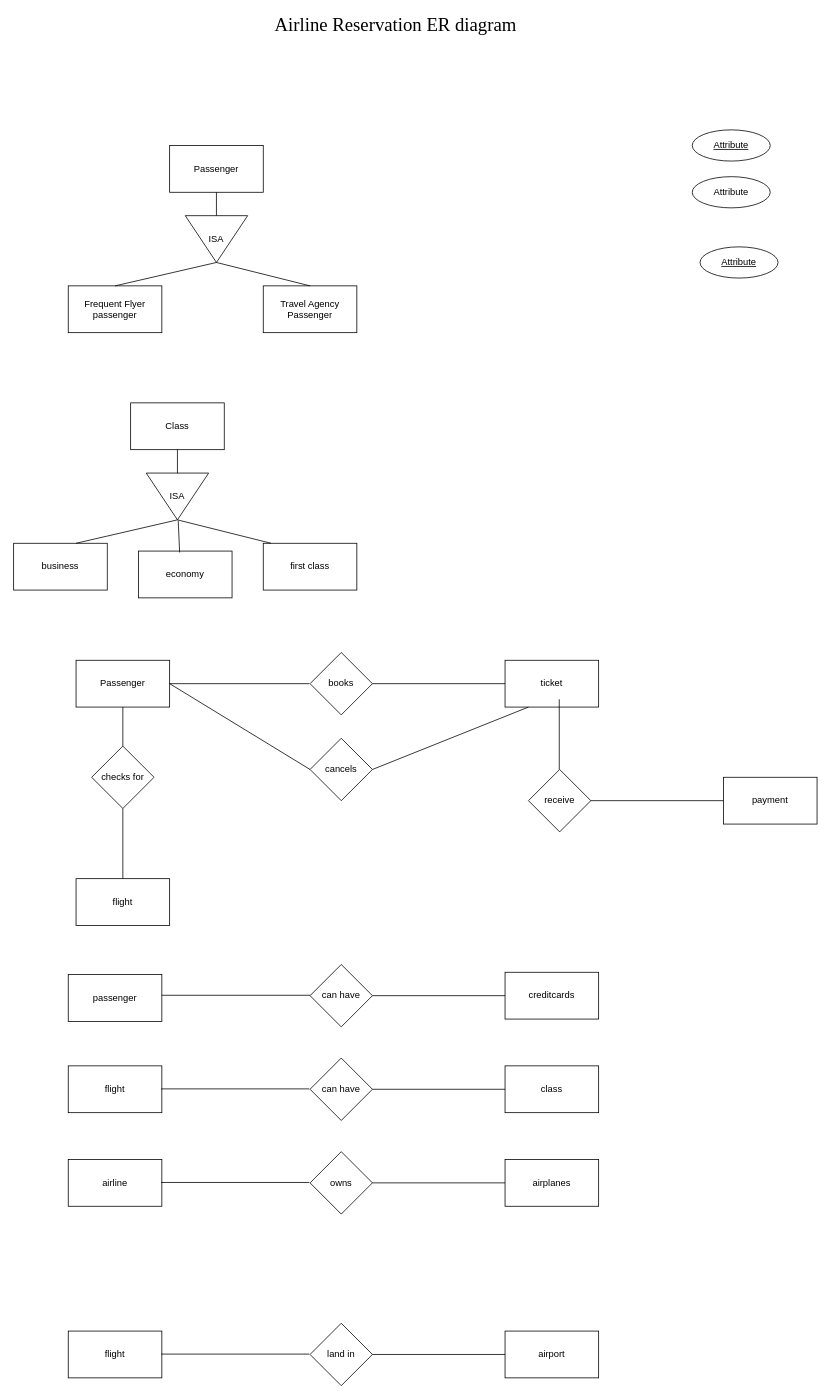
Above: AirlineReservation.drawio in codylekha/ERdiagrams (draw.io), before the change. Source tidied: cells renumbered, new cells numbered last; positions are measured from the earlier drawing's top-left corner, leaving out a move shared by most shapes. Both pictures are drawn from the tidied source at 78%, with x=0, y=0 at pixel (13, 13).
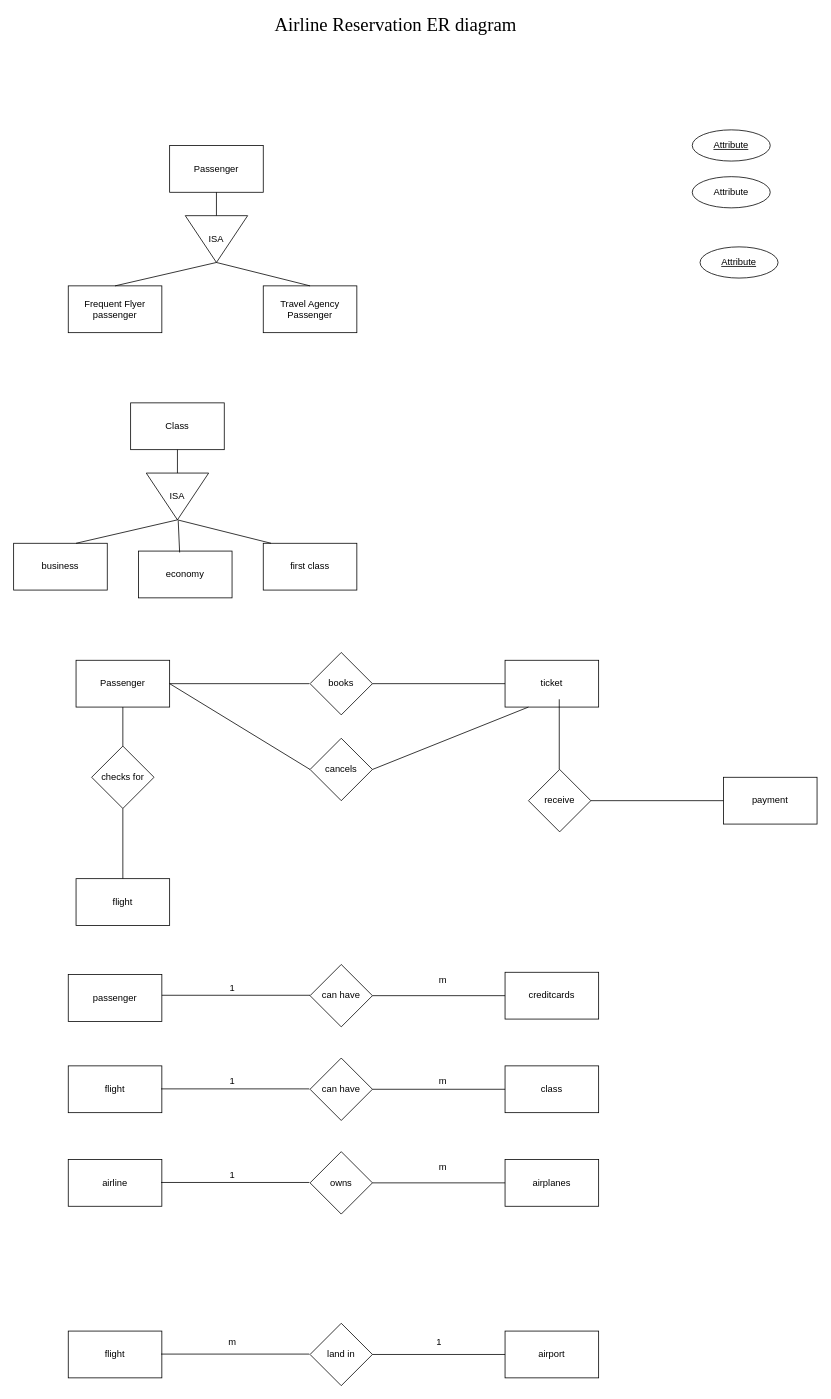
After the change.

What changed in the source:
```diff
@@
+    <mxCell id="58" value="1" style="text;html=1;align=center;verticalAlign=middle;strokeColor=none;fillColor=none;" parent="1" vertex="1">
+      <mxGeometry x="265" y="1234" width="30" height="30" as="geometry" />
+    </mxCell>
+    <mxCell id="59" value="m" style="text;html=1;align=center;verticalAlign=middle;strokeColor=none;fillColor=none;" parent="1" vertex="1">
+      <mxGeometry x="535" y="1224" width="30" height="30" as="geometry" />
+    </mxCell>
+    <mxCell id="60" value="1" style="text;html=1;align=center;verticalAlign=middle;strokeColor=none;fillColor=none;" parent="1" vertex="1">
+      <mxGeometry x="265" y="1354" width="30" height="30" as="geometry" />
+    </mxCell>
+    <mxCell id="61" value="m" style="text;html=1;align=center;verticalAlign=middle;strokeColor=none;fillColor=none;" parent="1" vertex="1">
+      <mxGeometry x="535" y="1354" width="30" height="30" as="geometry" />
+    </mxCell>
+    <mxCell id="62" value="1" style="text;html=1;align=center;verticalAlign=middle;strokeColor=none;fillColor=none;" parent="1" vertex="1">
+      <mxGeometry x="265" y="1474" width="30" height="30" as="geometry" />
+    </mxCell>
+    <mxCell id="63" value="m" style="text;html=1;align=center;verticalAlign=middle;strokeColor=none;fillColor=none;" parent="1" vertex="1">
+      <mxGeometry x="535" y="1464" width="30" height="30" as="geometry" />
+    </mxCell>
+    <mxCell id="64" value="m" style="text;html=1;align=center;verticalAlign=middle;strokeColor=none;fillColor=none;" parent="1" vertex="1">
+      <mxGeometry x="265" y="1689" width="30" height="30" as="geometry" />
+    </mxCell>
+    <mxCell id="65" value="1" style="text;html=1;align=center;verticalAlign=middle;strokeColor=none;fillColor=none;" parent="1" vertex="1">
+      <mxGeometry x="530" y="1689" width="30" height="30" as="geometry" />
+    </mxCell>
```
